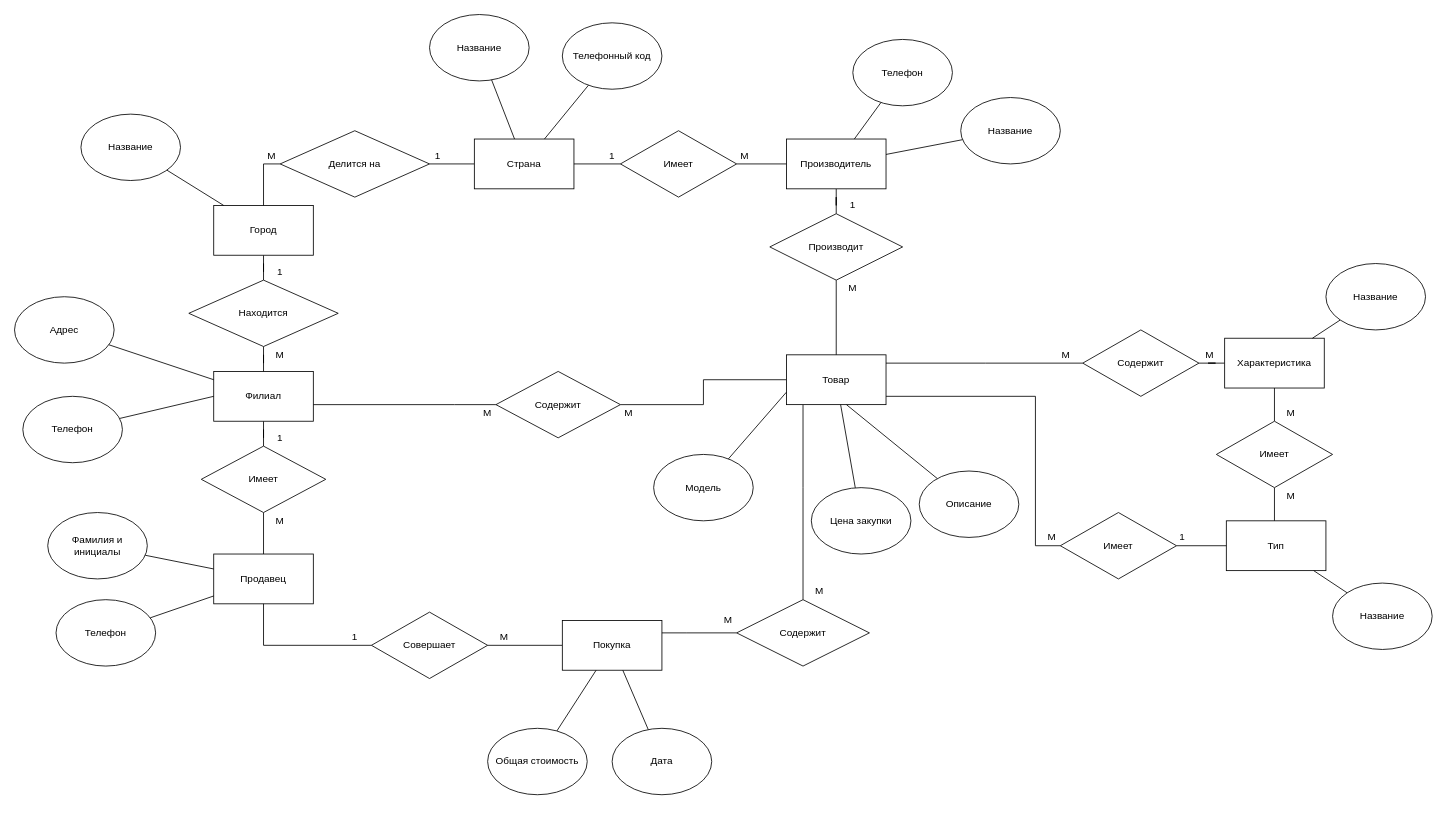
GREMIAR/Semester-4 keeps this draw.io diagram as Схемы/1.drawio. Above is the earlier version. Source tidied: cells renumbered, new cells numbered last; positions are measured from the earlier drawing's top-left corner, leaving out a move shared by most shapes. Both pictures are drawn from the tidied source at 83%, with x=0, y=0 at pixel (14, 14).
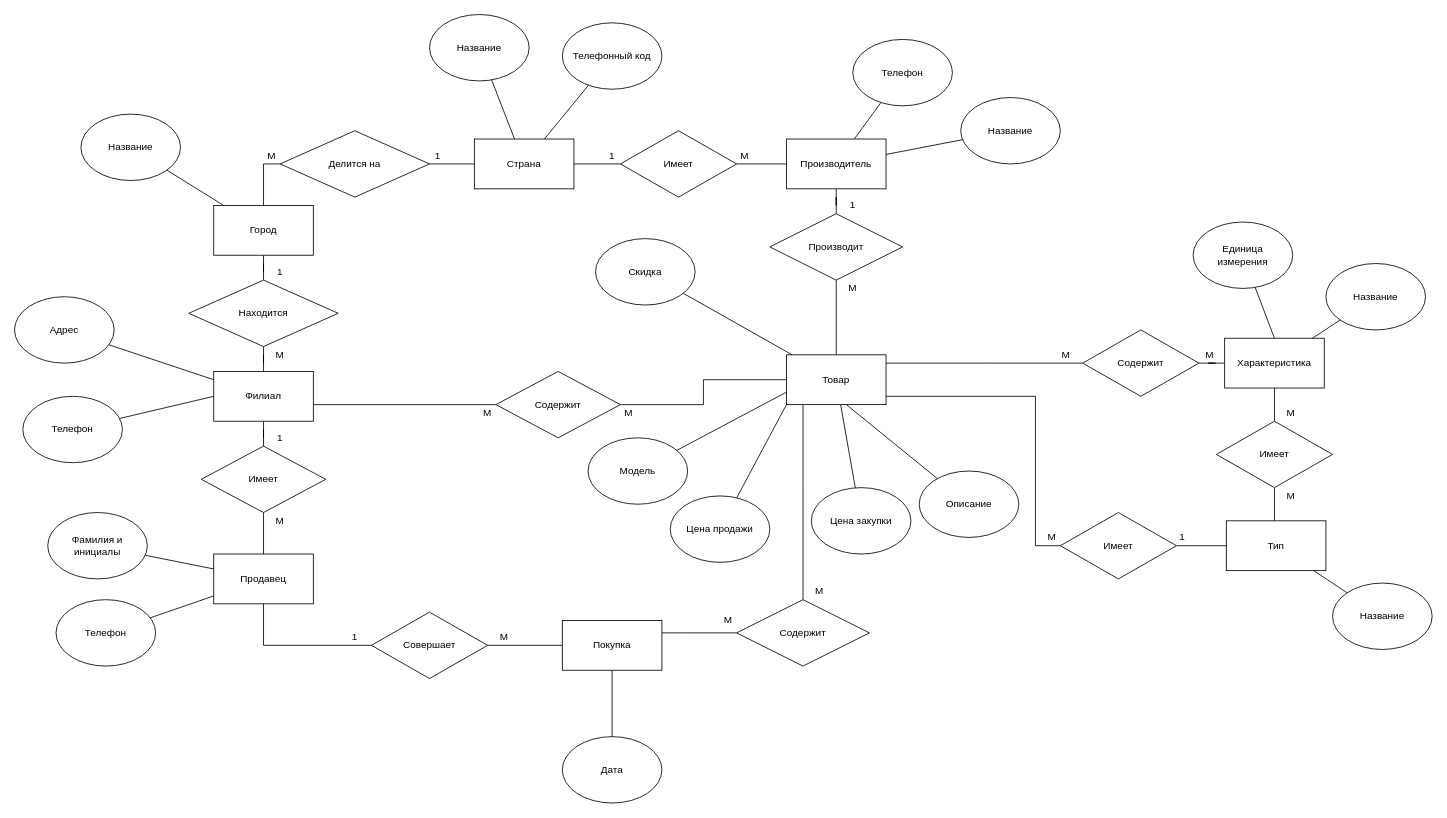
The same page after the edit.

The change refers to these unchanged cells:
```xml
<mxCell id="9" value="Покупка" style="rounded=0;whiteSpace=wrap;html=1;" parent="1" vertex="1">
  <mxGeometry x="660" y="730" width="120" height="60" as="geometry" />
</mxCell>
<mxCell id="13" value="&lt;div&gt;Товар&lt;/div&gt;" style="rounded=0;whiteSpace=wrap;html=1;" parent="1" vertex="1">
  <mxGeometry x="930" y="410" width="120" height="60" as="geometry" />
</mxCell>
<mxCell id="17" value="Характеристика" style="rounded=0;whiteSpace=wrap;html=1;" parent="1" vertex="1">
  <mxGeometry x="1458" y="390" width="120" height="60" as="geometry" />
</mxCell>
```

The edit, as a diff of the source:
```diff
@@
-    <mxCell id="84" value="Общая стоимость" style="ellipse;whiteSpace=wrap;html=1;" parent="1" vertex="1">
-      <mxGeometry x="570" y="860" width="120" height="80" as="geometry" />
-    </mxCell>
-    <mxCell id="85" style="endArrow=none;html=1;endFill=0;" parent="1" edge="1" source="84" target="9">
-      <mxGeometry relative="1" as="geometry" />
-    </mxCell>
@@
     <mxCell id="94" value="&lt;div&gt;Дата&lt;/div&gt;" style="ellipse;whiteSpace=wrap;html=1;" parent="1" vertex="1">
-      <mxGeometry x="720" y="860" width="120" height="80" as="geometry" />
+      <mxGeometry x="660" y="870" width="120" height="80" as="geometry" />
     </mxCell>
@@
     <mxCell id="96" value="&lt;div&gt;Модель&lt;/div&gt;" style="ellipse;whiteSpace=wrap;html=1;" parent="1" vertex="1">
-      <mxGeometry x="770" y="530" width="120" height="80" as="geometry" />
+      <mxGeometry x="691" y="510" width="120" height="80" as="geometry" />
     </mxCell>
@@
+    <mxCell id="98" value="&lt;div&gt;Цена продажи&lt;/div&gt;" style="ellipse;whiteSpace=wrap;html=1;" parent="1" vertex="1">
+      <mxGeometry x="790" y="580" width="120" height="80" as="geometry" />
+    </mxCell>
+    <mxCell id="99" style="endArrow=none;html=1;endFill=0;exitX=0;exitY=1;exitDx=0;exitDy=0;" parent="1" edge="1" source="13" target="98">
+      <mxGeometry relative="1" as="geometry" />
+    </mxCell>
+    <mxCell id="100" value="&lt;div&gt;Скидка&lt;/div&gt;" style="ellipse;whiteSpace=wrap;html=1;" parent="1" vertex="1">
+      <mxGeometry x="700" y="270" width="120" height="80" as="geometry" />
+    </mxCell>
+    <mxCell id="101" style="endArrow=none;html=1;endFill=0;" parent="1" edge="1" source="13" target="100">
+      <mxGeometry relative="1" as="geometry" />
+    </mxCell>
+    <mxCell id="102" value="&lt;div&gt;Единица&lt;/div&gt;&lt;div&gt; измерения&lt;/div&gt;" style="ellipse;whiteSpace=wrap;html=1;" parent="1" vertex="1">
+      <mxGeometry x="1420" y="250" width="120" height="80" as="geometry" />
+    </mxCell>
+    <mxCell id="103" style="endArrow=none;html=1;endFill=0;exitX=0.5;exitY=0;exitDx=0;exitDy=0;" parent="1" edge="1" source="17" target="102">
+      <mxGeometry relative="1" as="geometry" />
+    </mxCell>
```
